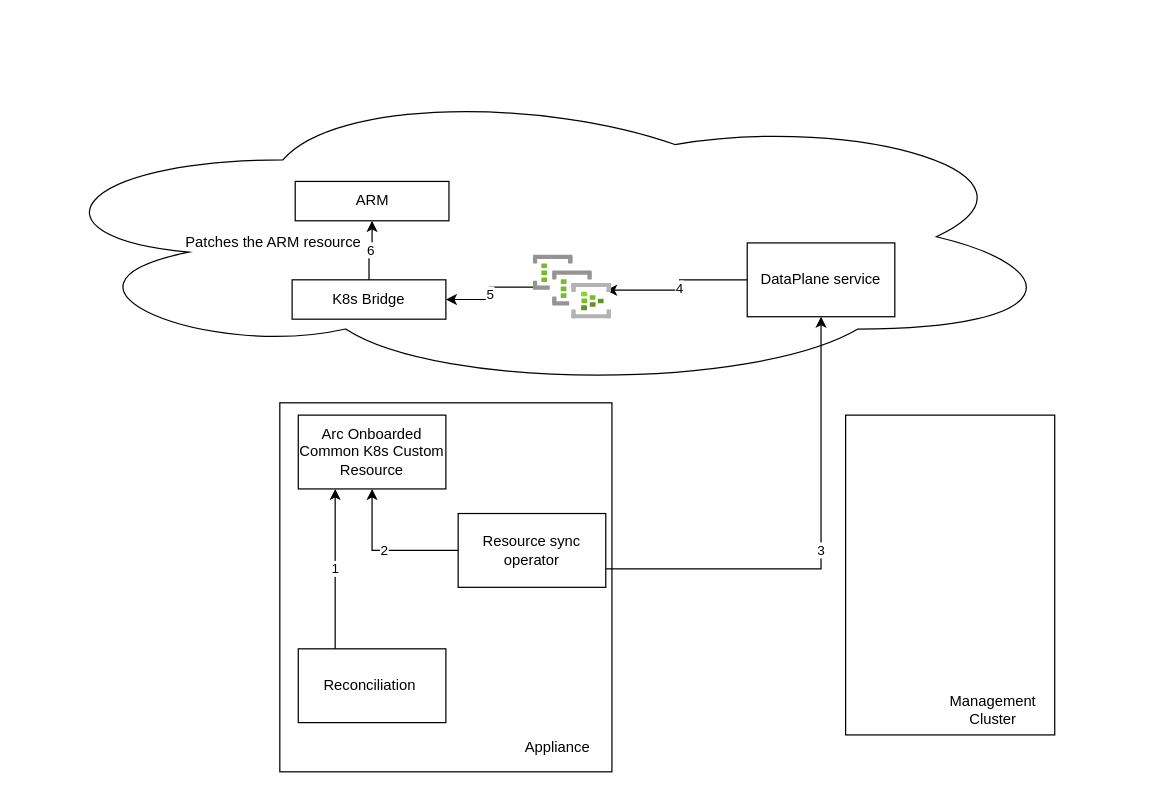
Above: Metadatasync2.drawio in khandelwalbrijesh/RetentionScript (draw.io), before the change. Source tidied: cells renumbered, new cells numbered last; positions are measured from the earlier drawing's top-left corner, leaving out a move shared by most shapes. Both pictures are drawn from the tidied source at 123%, with x=0, y=0 at pixel (21, 82).
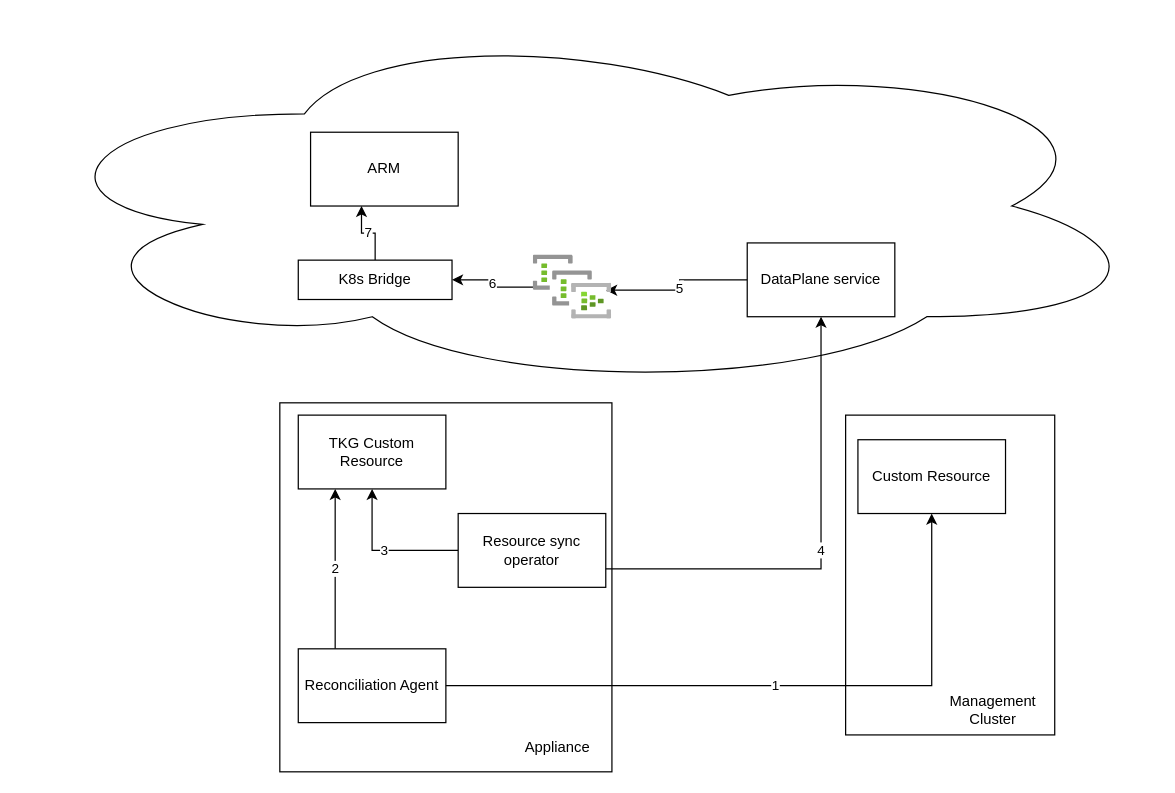
After the change.

Unchanged cells that the change refers to:
```xml
<mxCell id="7" value="Resource sync operator" style="rounded=0;whiteSpace=wrap;html=1;" parent="1" vertex="1">
  <mxGeometry x="355" y="350" width="120" height="60" as="geometry" />
</mxCell>
<mxCell id="11" value="DataPlane service" style="rounded=0;whiteSpace=wrap;html=1;" parent="1" vertex="1">
  <mxGeometry x="590" y="130" width="120" height="60" as="geometry" />
</mxCell>
<mxCell id="13" style="html=1;points=[];align=center;image;fontSize=12;image=img/lib/azure2/analytics/Event_Hub_Clusters.svg;" parent="1" vertex="1">
  <mxGeometry x="416" y="140" width="64" height="52" as="geometry" />
</mxCell>
```

Change to the diagram source:
```diff
@@
-    <mxCell id="3" value="Arc Onboarded Common K8s Custom Resource" style="rounded=0;whiteSpace=wrap;html=1;" parent="1" vertex="1">
+    <mxCell id="3" value="TKG Custom Resource" style="rounded=0;whiteSpace=wrap;html=1;" parent="1" vertex="1">
       <mxGeometry x="225" y="270" width="120" height="60" as="geometry" />
     </mxCell>
-    <mxCell id="4" value="1" style="edgeStyle=none;rounded=0;jettySize=auto;html=1;exitX=0.25;exitY=0;exitDx=0;exitDy=0;entryX=0.25;entryY=1;entryDx=0;entryDy=0;" parent="1" edge="1" source="5" target="3">
+    <mxCell id="4" value="2" style="edgeStyle=none;rounded=0;jettySize=auto;html=1;exitX=0.25;exitY=0;exitDx=0;exitDy=0;entryX=0.25;entryY=1;entryDx=0;entryDy=0;" parent="1" edge="1" source="5" target="3">
       <mxGeometry relative="1" as="geometry" />
     </mxCell>
-    <mxCell id="5" value="Reconciliation&amp;nbsp;" style="rounded=0;whiteSpace=wrap;html=1;" parent="1" vertex="1">
+    <mxCell id="5" value="Reconciliation Agent" style="rounded=0;whiteSpace=wrap;html=1;" parent="1" vertex="1">
       <mxGeometry x="225" y="460" width="120" height="60" as="geometry" />
     </mxCell>
-    <mxCell id="6" value="2" style="edgeStyle=orthogonalEdgeStyle;rounded=0;jettySize=auto;html=1;exitX=0;exitY=0.5;exitDx=0;exitDy=0;" parent="1" edge="1" source="7" target="3">
+    <mxCell id="6" value="3" style="edgeStyle=orthogonalEdgeStyle;rounded=0;jettySize=auto;html=1;exitX=0;exitY=0.5;exitDx=0;exitDy=0;" parent="1" edge="1" source="7" target="3">
       <mxGeometry relative="1" as="geometry" />
     </mxCell>
@@
     <mxCell id="8" style="ellipse;shape=cloud;whiteSpace=wrap;html=1;" parent="1" vertex="1">
-      <mxGeometry width="850" height="250" as="geometry" />
+      <mxGeometry y="-50" width="920" height="300" as="geometry" />
     </mxCell>
-    <mxCell id="9" value="3" style="edgeStyle=orthogonalEdgeStyle;rounded=0;jettySize=auto;html=1;exitX=1;exitY=0.75;exitDx=0;exitDy=0;entryX=0.5;entryY=1;entryDx=0;entryDy=0;" parent="1" edge="1" source="7" target="11">
+    <mxCell id="9" value="4" style="edgeStyle=orthogonalEdgeStyle;rounded=0;jettySize=auto;html=1;exitX=1;exitY=0.75;exitDx=0;exitDy=0;entryX=0.5;entryY=1;entryDx=0;entryDy=0;" parent="1" edge="1" source="7" target="11">
       <mxGeometry relative="1" as="geometry" />
     </mxCell>
-    <mxCell id="10" value="4" style="edgeStyle=orthogonalEdgeStyle;rounded=0;jettySize=auto;html=1;exitX=0;exitY=0.5;exitDx=0;exitDy=0;entryX=0.926;entryY=0.547;entryDx=0;entryDy=0;entryPerimeter=0;" parent="1" edge="1" source="11" target="13">
+    <mxCell id="10" value="5" style="edgeStyle=orthogonalEdgeStyle;rounded=0;jettySize=auto;html=1;exitX=0;exitY=0.5;exitDx=0;exitDy=0;entryX=0.926;entryY=0.547;entryDx=0;entryDy=0;entryPerimeter=0;" parent="1" edge="1" source="11" target="13">
       <mxGeometry relative="1" as="geometry" />
     </mxCell>
@@
-    <mxCell id="12" value="5" style="edgeStyle=orthogonalEdgeStyle;rounded=0;jettySize=auto;html=1;" parent="1" edge="1" source="13" target="15">
+    <mxCell id="12" value="6" style="edgeStyle=orthogonalEdgeStyle;rounded=0;jettySize=auto;html=1;" parent="1" edge="1" source="13" target="15">
       <mxGeometry relative="1" as="geometry" />
     </mxCell>
@@
-    <mxCell id="14" value="6" style="edgeStyle=orthogonalEdgeStyle;rounded=0;jettySize=auto;html=1;exitX=0.5;exitY=0;exitDx=0;exitDy=0;entryX=0.5;entryY=1;entryDx=0;entryDy=0;" parent="1" edge="1" source="15" target="16">
+    <mxCell id="14" value="7" style="edgeStyle=orthogonalEdgeStyle;rounded=0;jettySize=auto;html=1;exitX=0.5;exitY=0;exitDx=0;exitDy=0;entryX=0.345;entryY=0.998;entryDx=0;entryDy=0;entryPerimeter=0;" parent="1" edge="1" source="15" target="16">
       <mxGeometry relative="1" as="geometry" />
     </mxCell>
     <mxCell id="15" value="K8s Bridge" style="rounded=0;whiteSpace=wrap;html=1;" parent="1" vertex="1">
-      <mxGeometry x="220" y="160" width="125" height="32" as="geometry" />
+      <mxGeometry x="225" y="144" width="125" height="32" as="geometry" />
     </mxCell>
-    <mxCell id="16" value="ARM" style="rounded=0;whiteSpace=wrap;html=1;" parent="1" vertex="1">
-      <mxGeometry x="222.5" y="80" width="125" height="32" as="geometry" />
-    </mxCell>
-    <mxCell id="17" value="Patches the ARM resource" style="text;html=1;strokeColor=none;fillColor=none;align=center;verticalAlign=middle;whiteSpace=wrap;rounded=0;" parent="1" vertex="1">
-      <mxGeometry x="130" y="120" width="150" height="20" as="geometry" />
-    </mxCell>
@@
+    <mxCell id="21" value="1" style="edgeStyle=orthogonalEdgeStyle;rounded=0;jettySize=auto;html=1;exitX=1;exitY=0.5;exitDx=0;exitDy=0;entryX=0.5;entryY=1;entryDx=0;entryDy=0;" parent="1" edge="1" source="5" target="22">
+      <mxGeometry relative="1" as="geometry" />
+    </mxCell>
+    <mxCell id="22" value="Custom Resource" style="rounded=0;whiteSpace=wrap;html=1;" parent="1" vertex="1">
+      <mxGeometry x="680" y="290" width="120" height="60" as="geometry" />
+    </mxCell>
+    <mxCell id="16" value="ARM" style="rounded=0;whiteSpace=wrap;html=1;" parent="1" vertex="1">
+      <mxGeometry x="235" y="40" width="120" height="60" as="geometry" />
+    </mxCell>
```
